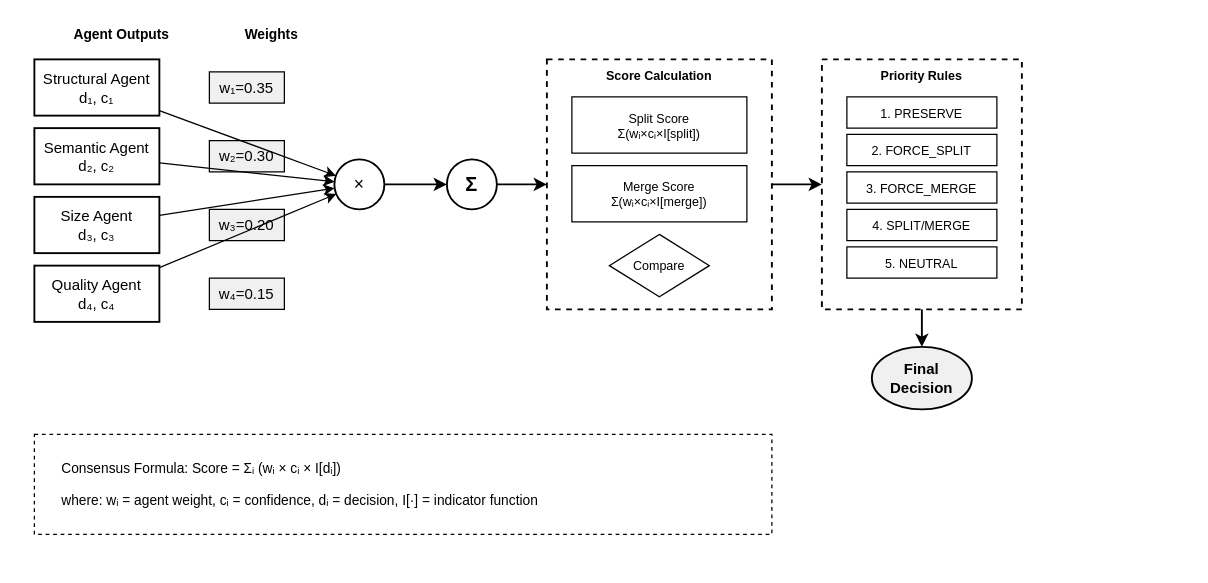
The draw.io diagram diagrams/drawio/03_consensus_mechanism.drawio in EngindalgaMaku/ebars, before the edit. Source tidied: cells renumbered, new cells numbered last; positions are measured from the earlier drawing's top-left corner, leaving out a move shared by most shapes. Both pictures are drawn from the tidied source at 125%, with x=0, y=0 at pixel (34, 21).
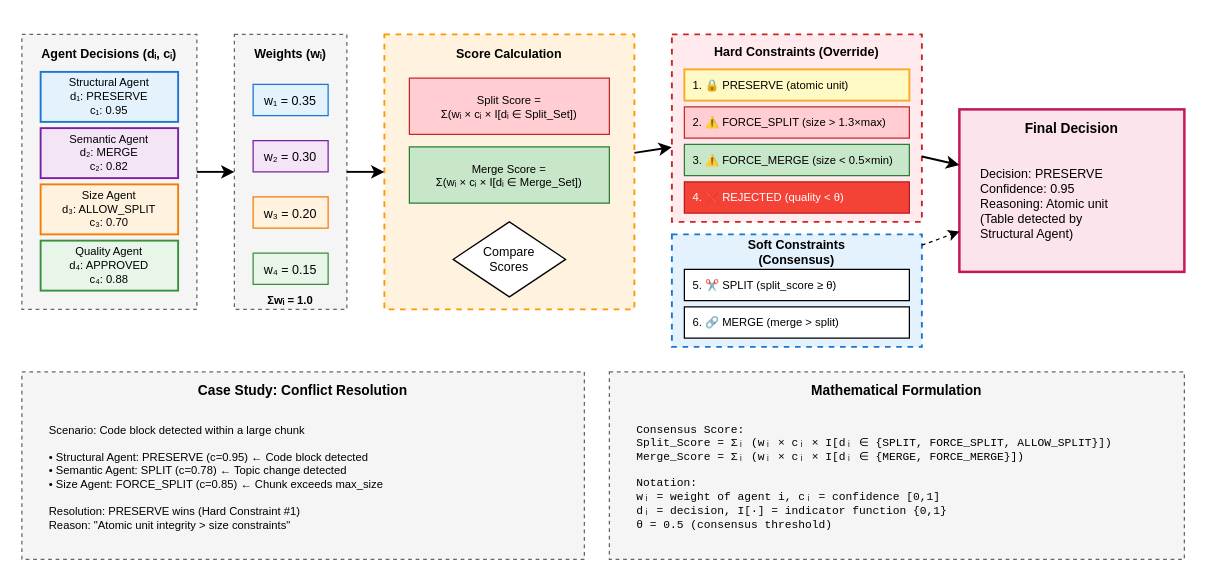
The same page after the edit.

The edit, as a diff of the source:
```diff
@@
+    <mxCell id="37" style="rounded=0;whiteSpace=wrap;html=1;fillColor=#f5f5f5;strokeColor=#666666;strokeWidth=1;dashed=1;" parent="1" vertex="1">
+      <mxGeometry x="-10" y="10" width="140" height="220" as="geometry" />
+    </mxCell>
-    <mxCell id="2" value="Agent Outputs" style="text;html=1;strokeColor=none;fillColor=none;align=center;verticalAlign=middle;whiteSpace=wrap;rounded=0;fontStyle=1;fontSize=11;" parent="1" vertex="1">
-      <mxGeometry x="20" width="100" height="20" as="geometry" />
+    <mxCell id="2" value="Agent Decisions (dᵢ, cᵢ)" style="text;html=1;strokeColor=none;fillColor=none;align=center;verticalAlign=middle;whiteSpace=wrap;rounded=0;fontStyle=1;fontSize=10;" parent="1" vertex="1">
+      <mxGeometry y="15" width="120" height="20" as="geometry" />
     </mxCell>
-    <mxCell id="3" value="Structural Agent&#10;d₁, c₁" style="rounded=0;whiteSpace=wrap;html=1;fillColor=#ffffff;strokeColor=#000000;strokeWidth=1.5;" parent="1" vertex="1">
-      <mxGeometry y="30" width="100" height="45" as="geometry" />
+    <mxCell id="3" value="Structural Agent&#10;d₁: PRESERVE&#10;c₁: 0.95" style="rounded=0;whiteSpace=wrap;html=1;fillColor=#e3f2fd;strokeColor=#1976d2;strokeWidth=1.5;fontSize=9;" parent="1" vertex="1">
+      <mxGeometry x="5" y="40" width="110" height="40" as="geometry" />
     </mxCell>
-    <mxCell id="4" value="Semantic Agent&#10;d₂, c₂" style="rounded=0;whiteSpace=wrap;html=1;fillColor=#ffffff;strokeColor=#000000;strokeWidth=1.5;" parent="1" vertex="1">
-      <mxGeometry y="85" width="100" height="45" as="geometry" />
+    <mxCell id="4" value="Semantic Agent&#10;d₂: MERGE&#10;c₂: 0.82" style="rounded=0;whiteSpace=wrap;html=1;fillColor=#f3e5f5;strokeColor=#7b1fa2;strokeWidth=1.5;fontSize=9;" parent="1" vertex="1">
+      <mxGeometry x="5" y="85" width="110" height="40" as="geometry" />
     </mxCell>
-    <mxCell id="5" value="Size Agent&#10;d₃, c₃" style="rounded=0;whiteSpace=wrap;html=1;fillColor=#ffffff;strokeColor=#000000;strokeWidth=1.5;" parent="1" vertex="1">
-      <mxGeometry y="140" width="100" height="45" as="geometry" />
+    <mxCell id="5" value="Size Agent&#10;d₃: ALLOW_SPLIT&#10;c₃: 0.70" style="rounded=0;whiteSpace=wrap;html=1;fillColor=#fff3e0;strokeColor=#f57c00;strokeWidth=1.5;fontSize=9;" parent="1" vertex="1">
+      <mxGeometry x="5" y="130" width="110" height="40" as="geometry" />
     </mxCell>
-    <mxCell id="6" value="Quality Agent&#10;d₄, c₄" style="rounded=0;whiteSpace=wrap;html=1;fillColor=#ffffff;strokeColor=#000000;strokeWidth=1.5;" parent="1" vertex="1">
-      <mxGeometry y="195" width="100" height="45" as="geometry" />
+    <mxCell id="6" value="Quality Agent&#10;d₄: APPROVED&#10;c₄: 0.88" style="rounded=0;whiteSpace=wrap;html=1;fillColor=#e8f5e9;strokeColor=#388e3c;strokeWidth=1.5;fontSize=9;" parent="1" vertex="1">
+      <mxGeometry x="5" y="175" width="110" height="40" as="geometry" />
     </mxCell>
+    <mxCell id="38" style="rounded=0;whiteSpace=wrap;html=1;fillColor=#f5f5f5;strokeColor=#666666;strokeWidth=1;dashed=1;" parent="1" vertex="1">
+      <mxGeometry x="160" y="10" width="90" height="220" as="geometry" />
+    </mxCell>
-    <mxCell id="7" value="Weights" style="text;html=1;strokeColor=none;fillColor=none;align=center;verticalAlign=middle;whiteSpace=wrap;rounded=0;fontStyle=1;fontSize=11;" parent="1" vertex="1">
-      <mxGeometry x="160" width="60" height="20" as="geometry" />
+    <mxCell id="7" value="Weights (wᵢ)" style="text;html=1;strokeColor=none;fillColor=none;align=center;verticalAlign=middle;whiteSpace=wrap;rounded=0;fontStyle=1;fontSize=10;" parent="1" vertex="1">
+      <mxGeometry x="170" y="15" width="70" height="20" as="geometry" />
     </mxCell>
-    <mxCell id="8" value="w₁=0.35" style="rounded=0;whiteSpace=wrap;html=1;fillColor=#f0f0f0;strokeColor=#000000;strokeWidth=1;" parent="1" vertex="1">
-      <mxGeometry x="140" y="40" width="60" height="25" as="geometry" />
+    <mxCell id="8" value="w₁ = 0.35" style="rounded=0;whiteSpace=wrap;html=1;fillColor=#e3f2fd;strokeColor=#1976d2;strokeWidth=1;fontSize=10;" parent="1" vertex="1">
+      <mxGeometry x="175" y="50" width="60" height="25" as="geometry" />
     </mxCell>
-    <mxCell id="9" value="w₂=0.30" style="rounded=0;whiteSpace=wrap;html=1;fillColor=#f0f0f0;strokeColor=#000000;strokeWidth=1;" parent="1" vertex="1">
-      <mxGeometry x="140" y="95" width="60" height="25" as="geometry" />
+    <mxCell id="9" value="w₂ = 0.30" style="rounded=0;whiteSpace=wrap;html=1;fillColor=#f3e5f5;strokeColor=#7b1fa2;strokeWidth=1;fontSize=10;" parent="1" vertex="1">
+      <mxGeometry x="175" y="95" width="60" height="25" as="geometry" />
     </mxCell>
-    <mxCell id="10" value="w₃=0.20" style="rounded=0;whiteSpace=wrap;html=1;fillColor=#f0f0f0;strokeColor=#000000;strokeWidth=1;" parent="1" vertex="1">
-      <mxGeometry x="140" y="150" width="60" height="25" as="geometry" />
+    <mxCell id="10" value="w₃ = 0.20" style="rounded=0;whiteSpace=wrap;html=1;fillColor=#fff3e0;strokeColor=#f57c00;strokeWidth=1;fontSize=10;" parent="1" vertex="1">
+      <mxGeometry x="175" y="140" width="60" height="25" as="geometry" />
     </mxCell>
-    <mxCell id="11" value="w₄=0.15" style="rounded=0;whiteSpace=wrap;html=1;fillColor=#f0f0f0;strokeColor=#000000;strokeWidth=1;" parent="1" vertex="1">
-      <mxGeometry x="140" y="205" width="60" height="25" as="geometry" />
+    <mxCell id="11" value="w₄ = 0.15" style="rounded=0;whiteSpace=wrap;html=1;fillColor=#e8f5e9;strokeColor=#388e3c;strokeWidth=1;fontSize=10;" parent="1" vertex="1">
+      <mxGeometry x="175" y="185" width="60" height="25" as="geometry" />
     </mxCell>
-    <mxCell id="12" value="×" style="ellipse;whiteSpace=wrap;html=1;fillColor=#ffffff;strokeColor=#000000;strokeWidth=1.5;fontSize=14;" parent="1" vertex="1">
-      <mxGeometry x="240" y="110" width="40" height="40" as="geometry" />
-    </mxCell>
-    <mxCell id="13" value="Σ" style="ellipse;whiteSpace=wrap;html=1;fillColor=#ffffff;strokeColor=#000000;strokeWidth=1.5;fontSize=16;fontStyle=1;" parent="1" vertex="1">
-      <mxGeometry x="330" y="110" width="40" height="40" as="geometry" />
-    </mxCell>
-    <mxCell id="14" style="rounded=0;whiteSpace=wrap;html=1;fillColor=#ffffff;strokeColor=#000000;strokeWidth=1.5;dashed=1;" parent="1" vertex="1">
-      <mxGeometry x="410" y="30" width="180" height="200" as="geometry" />
-    </mxCell>
+    <mxCell id="39" value="Σwᵢ = 1.0" style="text;html=1;strokeColor=none;fillColor=none;align=center;verticalAlign=middle;whiteSpace=wrap;rounded=0;fontStyle=1;fontSize=9;" parent="1" vertex="1">
+      <mxGeometry x="175" y="215" width="60" height="15" as="geometry" />
+    </mxCell>
+    <mxCell id="40" style="rounded=0;whiteSpace=wrap;html=1;fillColor=#fff3e0;strokeColor=#ff9800;strokeWidth=1.5;dashed=1;" parent="1" vertex="1">
+      <mxGeometry x="280" y="10" width="200" height="220" as="geometry" />
+    </mxCell>
     <mxCell id="15" value="Score Calculation" style="text;html=1;strokeColor=none;fillColor=none;align=center;verticalAlign=middle;whiteSpace=wrap;rounded=0;fontStyle=1;fontSize=10;" parent="1" vertex="1">
-      <mxGeometry x="450" y="35" width="100" height="15" as="geometry" />
+      <mxGeometry x="330" y="15" width="100" height="20" as="geometry" />
     </mxCell>
-    <mxCell id="16" value="Split Score&#10;Σ(wᵢ×cᵢ×I[split])" style="rounded=0;whiteSpace=wrap;html=1;fillColor=#ffffff;strokeColor=#000000;strokeWidth=1;fontSize=10;" parent="1" vertex="1">
-      <mxGeometry x="430" y="60" width="140" height="45" as="geometry" />
+    <mxCell id="16" value="Split Score =&#10;Σ(wᵢ × cᵢ × I[dᵢ ∈ Split_Set])" style="rounded=0;whiteSpace=wrap;html=1;fillColor=#ffcdd2;strokeColor=#c62828;strokeWidth=1;fontSize=9;" parent="1" vertex="1">
+      <mxGeometry x="300" y="45" width="160" height="45" as="geometry" />
     </mxCell>
-    <mxCell id="17" value="Merge Score&#10;Σ(wᵢ×cᵢ×I[merge])" style="rounded=0;whiteSpace=wrap;html=1;fillColor=#ffffff;strokeColor=#000000;strokeWidth=1;fontSize=10;" parent="1" vertex="1">
-      <mxGeometry x="430" y="115" width="140" height="45" as="geometry" />
+    <mxCell id="17" value="Merge Score =&#10;Σ(wᵢ × cᵢ × I[dᵢ ∈ Merge_Set])" style="rounded=0;whiteSpace=wrap;html=1;fillColor=#c8e6c9;strokeColor=#2e7d32;strokeWidth=1;fontSize=9;" parent="1" vertex="1">
+      <mxGeometry x="300" y="100" width="160" height="45" as="geometry" />
     </mxCell>
-    <mxCell id="18" value="Compare" style="rhombus;whiteSpace=wrap;html=1;fillColor=#ffffff;strokeColor=#000000;strokeWidth=1;fontSize=10;" parent="1" vertex="1">
-      <mxGeometry x="460" y="170" width="80" height="50" as="geometry" />
+    <mxCell id="18" value="Compare&#10;Scores" style="rhombus;whiteSpace=wrap;html=1;fillColor=#ffffff;strokeColor=#000000;strokeWidth=1;fontSize=10;" parent="1" vertex="1">
+      <mxGeometry x="335" y="160" width="90" height="60" as="geometry" />
     </mxCell>
-    <mxCell id="19" style="rounded=0;whiteSpace=wrap;html=1;fillColor=#ffffff;strokeColor=#000000;strokeWidth=1.5;dashed=1;" parent="1" vertex="1">
-      <mxGeometry x="630" y="30" width="160" height="200" as="geometry" />
+    <mxCell id="19" style="rounded=0;whiteSpace=wrap;html=1;fillColor=#ffebee;strokeColor=#c62828;strokeWidth=1.5;dashed=1;" parent="1" vertex="1">
+      <mxGeometry x="510" y="10" width="200" height="150" as="geometry" />
     </mxCell>
-    <mxCell id="20" value="Priority Rules" style="text;html=1;strokeColor=none;fillColor=none;align=center;verticalAlign=middle;whiteSpace=wrap;rounded=0;fontStyle=1;fontSize=10;" parent="1" vertex="1">
-      <mxGeometry x="670" y="35" width="80" height="15" as="geometry" />
+    <mxCell id="20" value="Hard Constraints (Override)" style="text;html=1;strokeColor=none;fillColor=none;align=center;verticalAlign=middle;whiteSpace=wrap;rounded=0;fontStyle=1;fontSize=10;" parent="1" vertex="1">
+      <mxGeometry x="540" y="15" width="140" height="18" as="geometry" />
     </mxCell>
-    <mxCell id="21" value="1. PRESERVE" style="rounded=0;whiteSpace=wrap;html=1;fillColor=#ffffff;strokeColor=#000000;strokeWidth=1;fontSize=10;" parent="1" vertex="1">
-      <mxGeometry x="650" y="60" width="120" height="25" as="geometry" />
+    <mxCell id="21" value="1. 🔒 PRESERVE (atomic unit)" style="rounded=0;whiteSpace=wrap;html=1;fillColor=#fff9c4;strokeColor=#f9a825;strokeWidth=1.5;fontSize=9;align=left;spacingLeft=5;" parent="1" vertex="1">
+      <mxGeometry x="520" y="38" width="180" height="25" as="geometry" />
     </mxCell>
-    <mxCell id="22" value="2. FORCE_SPLIT" style="rounded=0;whiteSpace=wrap;html=1;fillColor=#ffffff;strokeColor=#000000;strokeWidth=1;fontSize=10;" parent="1" vertex="1">
-      <mxGeometry x="650" y="90" width="120" height="25" as="geometry" />
+    <mxCell id="22" value="2. ⚠️ FORCE_SPLIT (size &gt; 1.3×max)" style="rounded=0;whiteSpace=wrap;html=1;fillColor=#ffcdd2;strokeColor=#c62828;strokeWidth=1;fontSize=9;align=left;spacingLeft=5;" parent="1" vertex="1">
+      <mxGeometry x="520" y="68" width="180" height="25" as="geometry" />
     </mxCell>
-    <mxCell id="23" value="3. FORCE_MERGE" style="rounded=0;whiteSpace=wrap;html=1;fillColor=#ffffff;strokeColor=#000000;strokeWidth=1;fontSize=10;" parent="1" vertex="1">
-      <mxGeometry x="650" y="120" width="120" height="25" as="geometry" />
+    <mxCell id="23" value="3. ⚠️ FORCE_MERGE (size &lt; 0.5×min)" style="rounded=0;whiteSpace=wrap;html=1;fillColor=#c8e6c9;strokeColor=#2e7d32;strokeWidth=1;fontSize=9;align=left;spacingLeft=5;" parent="1" vertex="1">
+      <mxGeometry x="520" y="98" width="180" height="25" as="geometry" />
     </mxCell>
-    <mxCell id="24" value="4. SPLIT/MERGE" style="rounded=0;whiteSpace=wrap;html=1;fillColor=#ffffff;strokeColor=#000000;strokeWidth=1;fontSize=10;" parent="1" vertex="1">
-      <mxGeometry x="650" y="150" width="120" height="25" as="geometry" />
+    <mxCell id="24" value="4. ❌ REJECTED (quality &lt; θ)" style="rounded=0;whiteSpace=wrap;html=1;fillColor=#f44336;strokeColor=#b71c1c;strokeWidth=1;fontSize=9;align=left;spacingLeft=5;fontColor=#ffffff;" parent="1" vertex="1">
+      <mxGeometry x="520" y="128" width="180" height="25" as="geometry" />
     </mxCell>
-    <mxCell id="25" value="5. NEUTRAL" style="rounded=0;whiteSpace=wrap;html=1;fillColor=#ffffff;strokeColor=#000000;strokeWidth=1;fontSize=10;" parent="1" vertex="1">
-      <mxGeometry x="650" y="180" width="120" height="25" as="geometry" />
-    </mxCell>
+    <mxCell id="41" style="rounded=0;whiteSpace=wrap;html=1;fillColor=#e3f2fd;strokeColor=#1976d2;strokeWidth=1.5;dashed=1;" parent="1" vertex="1">
+      <mxGeometry x="510" y="170" width="200" height="90" as="geometry" />
+    </mxCell>
+    <mxCell id="42" value="Soft Constraints (Consensus)" style="text;html=1;strokeColor=none;fillColor=none;align=center;verticalAlign=middle;whiteSpace=wrap;rounded=0;fontStyle=1;fontSize=10;" parent="1" vertex="1">
+      <mxGeometry x="540" y="175" width="140" height="18" as="geometry" />
+    </mxCell>
+    <mxCell id="43" value="5. ✂️ SPLIT (split_score ≥ θ)" style="rounded=0;whiteSpace=wrap;html=1;fillColor=#ffffff;strokeColor=#000000;strokeWidth=1;fontSize=9;align=left;spacingLeft=5;" parent="1" vertex="1">
+      <mxGeometry x="520" y="198" width="180" height="25" as="geometry" />
+    </mxCell>
+    <mxCell id="44" value="6. 🔗 MERGE (merge &gt; split)" style="rounded=0;whiteSpace=wrap;html=1;fillColor=#ffffff;strokeColor=#000000;strokeWidth=1;fontSize=9;align=left;spacingLeft=5;" parent="1" vertex="1">
+      <mxGeometry x="520" y="228" width="180" height="25" as="geometry" />
+    </mxCell>
+    <mxCell id="45" style="rounded=0;whiteSpace=wrap;html=1;fillColor=#fce4ec;strokeColor=#c2185b;strokeWidth=2;" parent="1" vertex="1">
+      <mxGeometry x="740" y="70" width="180" height="130" as="geometry" />
+    </mxCell>
-    <mxCell id="26" value="Final&#10;Decision" style="ellipse;whiteSpace=wrap;html=1;fillColor=#f0f0f0;strokeColor=#000000;strokeWidth=1.5;fontStyle=1;" parent="1" vertex="1">
-      <mxGeometry x="670" y="260" width="80" height="50" as="geometry" />
+    <mxCell id="26" value="Final Decision" style="text;html=1;strokeColor=none;fillColor=none;align=center;verticalAlign=middle;whiteSpace=wrap;rounded=0;fontStyle=1;fontSize=11;" parent="1" vertex="1">
+      <mxGeometry x="790" y="75" width="80" height="20" as="geometry" />
     </mxCell>
+    <mxCell id="46" value="Decision: PRESERVE&#10;Confidence: 0.95&#10;Reasoning: Atomic unit&#10;(Table detected by&#10;Structural Agent)" style="text;html=1;strokeColor=none;fillColor=none;align=left;verticalAlign=middle;whiteSpace=wrap;rounded=0;fontSize=10;spacingLeft=5;" parent="1" vertex="1">
+      <mxGeometry x="750" y="100" width="160" height="90" as="geometry" />
+    </mxCell>
+    <mxCell id="47" style="rounded=0;whiteSpace=wrap;html=1;fillColor=#f5f5f5;strokeColor=#666666;strokeWidth=1;dashed=1;" parent="1" vertex="1">
+      <mxGeometry x="-10" y="280" width="450" height="150" as="geometry" />
+    </mxCell>
+    <mxCell id="48" value="Case Study: Conflict Resolution" style="text;html=1;strokeColor=none;fillColor=none;align=center;verticalAlign=middle;whiteSpace=wrap;rounded=0;fontStyle=1;fontSize=11;" parent="1" vertex="1">
+      <mxGeometry x="130" y="285" width="170" height="20" as="geometry" />
+    </mxCell>
+    <mxCell id="49" value="Scenario: Code block detected within a large chunk&#10;&#10;• Structural Agent: PRESERVE (c=0.95) ← Code block detected&#10;• Semantic Agent: SPLIT (c=0.78) ← Topic change detected&#10;• Size Agent: FORCE_SPLIT (c=0.85) ← Chunk exceeds max_size&#10;&#10;Resolution: PRESERVE wins (Hard Constraint #1)&#10;Reason: &quot;Atomic unit integrity &gt; size constraints&quot;" style="text;html=1;strokeColor=none;fillColor=none;align=left;verticalAlign=top;whiteSpace=wrap;rounded=0;fontSize=9;spacingLeft=10;spacingTop=5;" parent="1" vertex="1">
+      <mxGeometry y="310" width="430" height="110" as="geometry" />
+    </mxCell>
+    <mxCell id="35" style="rounded=0;whiteSpace=wrap;html=1;fillColor=#f5f5f5;strokeColor=#666666;strokeWidth=1;dashed=1;" parent="1" vertex="1">
+      <mxGeometry x="460" y="280" width="460" height="150" as="geometry" />
+    </mxCell>
+    <mxCell id="50" value="Mathematical Formulation" style="text;html=1;strokeColor=none;fillColor=none;align=center;verticalAlign=middle;whiteSpace=wrap;rounded=0;fontStyle=1;fontSize=11;" parent="1" vertex="1">
+      <mxGeometry x="610" y="285" width="160" height="20" as="geometry" />
+    </mxCell>
+    <mxCell id="51" value="Consensus Score:&#10;  Split_Score = Σᵢ (wᵢ × cᵢ × I[dᵢ ∈ {SPLIT, FORCE_SPLIT, ALLOW_SPLIT}])&#10;  Merge_Score = Σᵢ (wᵢ × cᵢ × I[dᵢ ∈ {MERGE, FORCE_MERGE}])&#10;&#10;Notation:&#10;  wᵢ = weight of agent i,  cᵢ = confidence [0,1]&#10;  dᵢ = decision,  I[·] = indicator function {0,1}&#10;  θ = 0.5 (consensus threshold)" style="text;html=1;strokeColor=none;fillColor=none;align=left;verticalAlign=top;whiteSpace=wrap;rounded=0;fontSize=9;spacingLeft=10;spacingTop=5;fontFamily=Courier New;" parent="1" vertex="1">
+      <mxGeometry x="470" y="310" width="440" height="110" as="geometry" />
+    </mxCell>
-    <mxCell id="27" style="endArrow=classic;html=1;strokeWidth=1;strokeColor=#000000;" parent="1" edge="1" source="3" target="12">
+    <mxCell id="27" style="endArrow=classic;html=1;strokeWidth=1.5;strokeColor=#000000;" parent="1" edge="1" source="37" target="38">
       <mxGeometry relative="1" as="geometry" />
     </mxCell>
-    <mxCell id="28" style="endArrow=classic;html=1;strokeWidth=1;strokeColor=#000000;" parent="1" edge="1" source="4" target="12">
+    <mxCell id="28" style="endArrow=classic;html=1;strokeWidth=1.5;strokeColor=#000000;" parent="1" edge="1" source="38" target="40">
       <mxGeometry relative="1" as="geometry" />
     </mxCell>
-    <mxCell id="29" style="endArrow=classic;html=1;strokeWidth=1;strokeColor=#000000;" parent="1" edge="1" source="5" target="12">
+    <mxCell id="29" style="endArrow=classic;html=1;strokeWidth=1.5;strokeColor=#000000;" parent="1" edge="1" source="40" target="19">
       <mxGeometry relative="1" as="geometry" />
     </mxCell>
-    <mxCell id="30" style="endArrow=classic;html=1;strokeWidth=1;strokeColor=#000000;" parent="1" edge="1" source="6" target="12">
+    <mxCell id="30" style="endArrow=classic;html=1;strokeWidth=1.5;strokeColor=#000000;" parent="1" edge="1" source="19" target="45">
       <mxGeometry relative="1" as="geometry" />
     </mxCell>
-    <mxCell id="31" style="endArrow=classic;html=1;strokeWidth=1.5;strokeColor=#000000;" parent="1" edge="1" source="12" target="13">
+    <mxCell id="31" style="endArrow=classic;html=1;strokeWidth=1;strokeColor=#000000;dashed=1;" parent="1" edge="1" source="41" target="45">
       <mxGeometry relative="1" as="geometry" />
     </mxCell>
-    <mxCell id="32" style="endArrow=classic;html=1;strokeWidth=1.5;strokeColor=#000000;" parent="1" edge="1" source="13" target="14">
-      <mxGeometry relative="1" as="geometry" />
-    </mxCell>
-    <mxCell id="33" style="endArrow=classic;html=1;strokeWidth=1.5;strokeColor=#000000;" parent="1" edge="1" source="14" target="19">
-      <mxGeometry relative="1" as="geometry" />
-    </mxCell>
-    <mxCell id="34" style="endArrow=classic;html=1;strokeWidth=1.5;strokeColor=#000000;" parent="1" edge="1" source="19" target="26">
-      <mxGeometry relative="1" as="geometry" />
-    </mxCell>
-    <mxCell id="35" style="rounded=0;whiteSpace=wrap;html=1;fillColor=#ffffff;strokeColor=#000000;strokeWidth=1;dashed=1;" parent="1" vertex="1">
-      <mxGeometry y="330" width="590" height="80" as="geometry" />
-    </mxCell>
-    <mxCell id="36" value="Consensus Formula:  Score = Σᵢ (wᵢ × cᵢ × I[dᵢ])&#10;&#10;where: wᵢ = agent weight,  cᵢ = confidence,  dᵢ = decision,  I[·] = indicator function" style="text;html=1;strokeColor=none;fillColor=none;align=left;verticalAlign=middle;whiteSpace=wrap;rounded=0;fontSize=11;spacingLeft=10;" parent="1" vertex="1">
-      <mxGeometry x="10" y="340" width="570" height="60" as="geometry" />
-    </mxCell>
```
